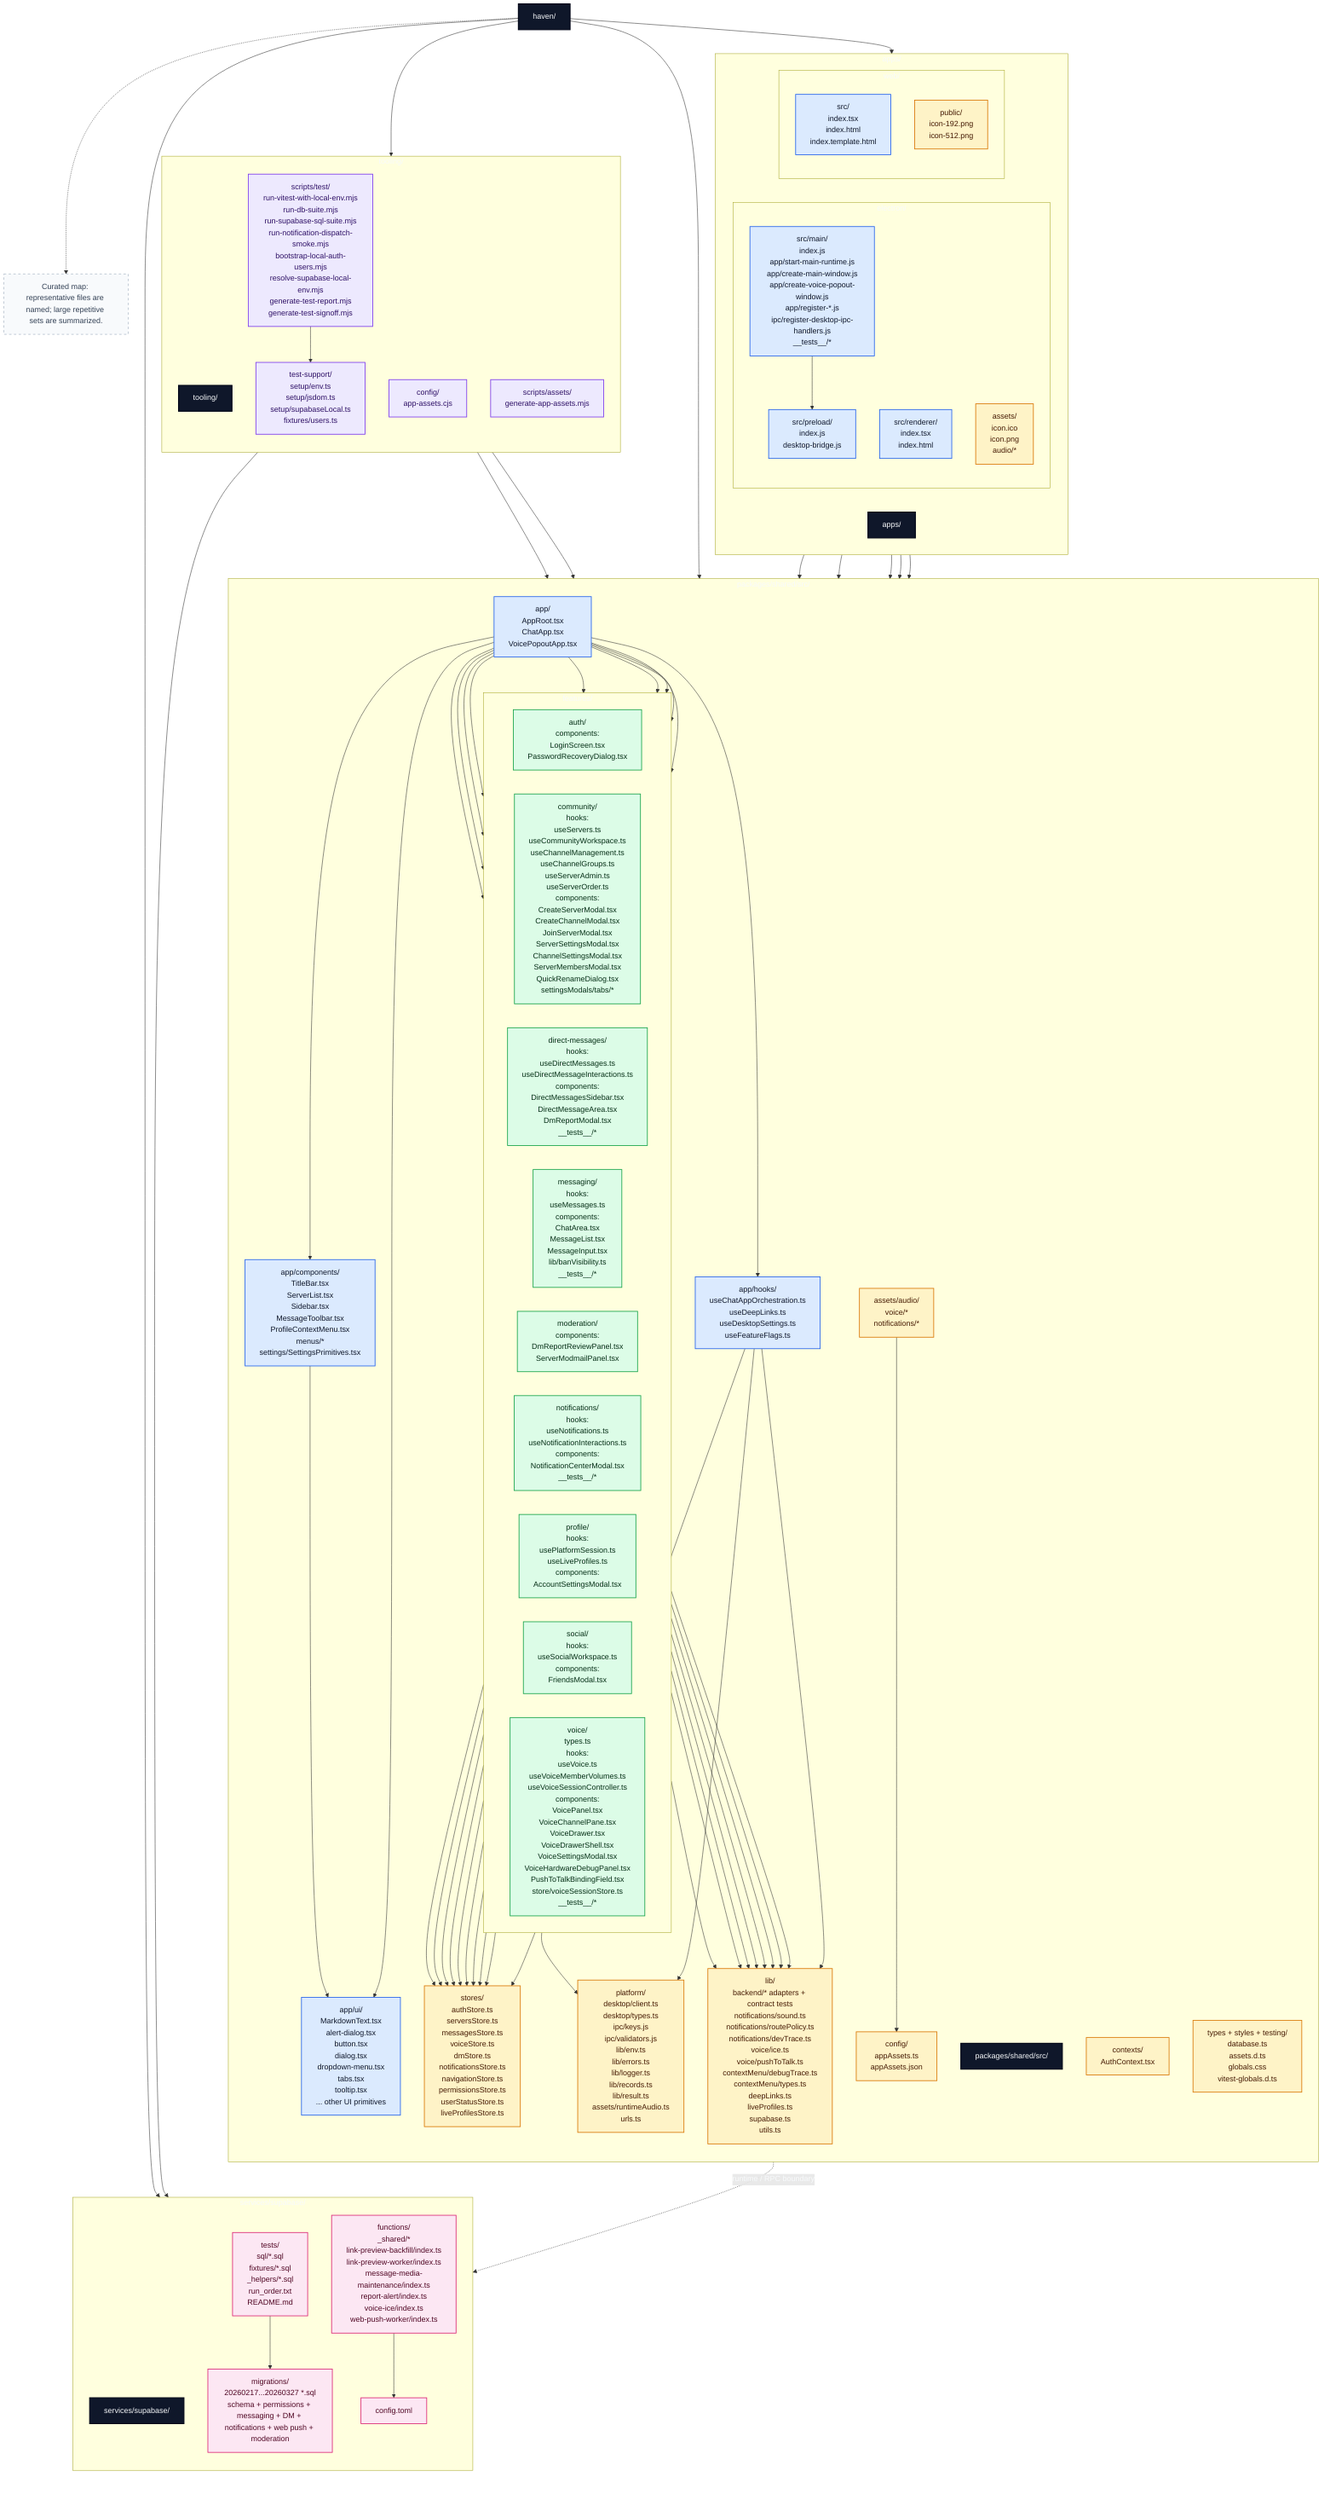
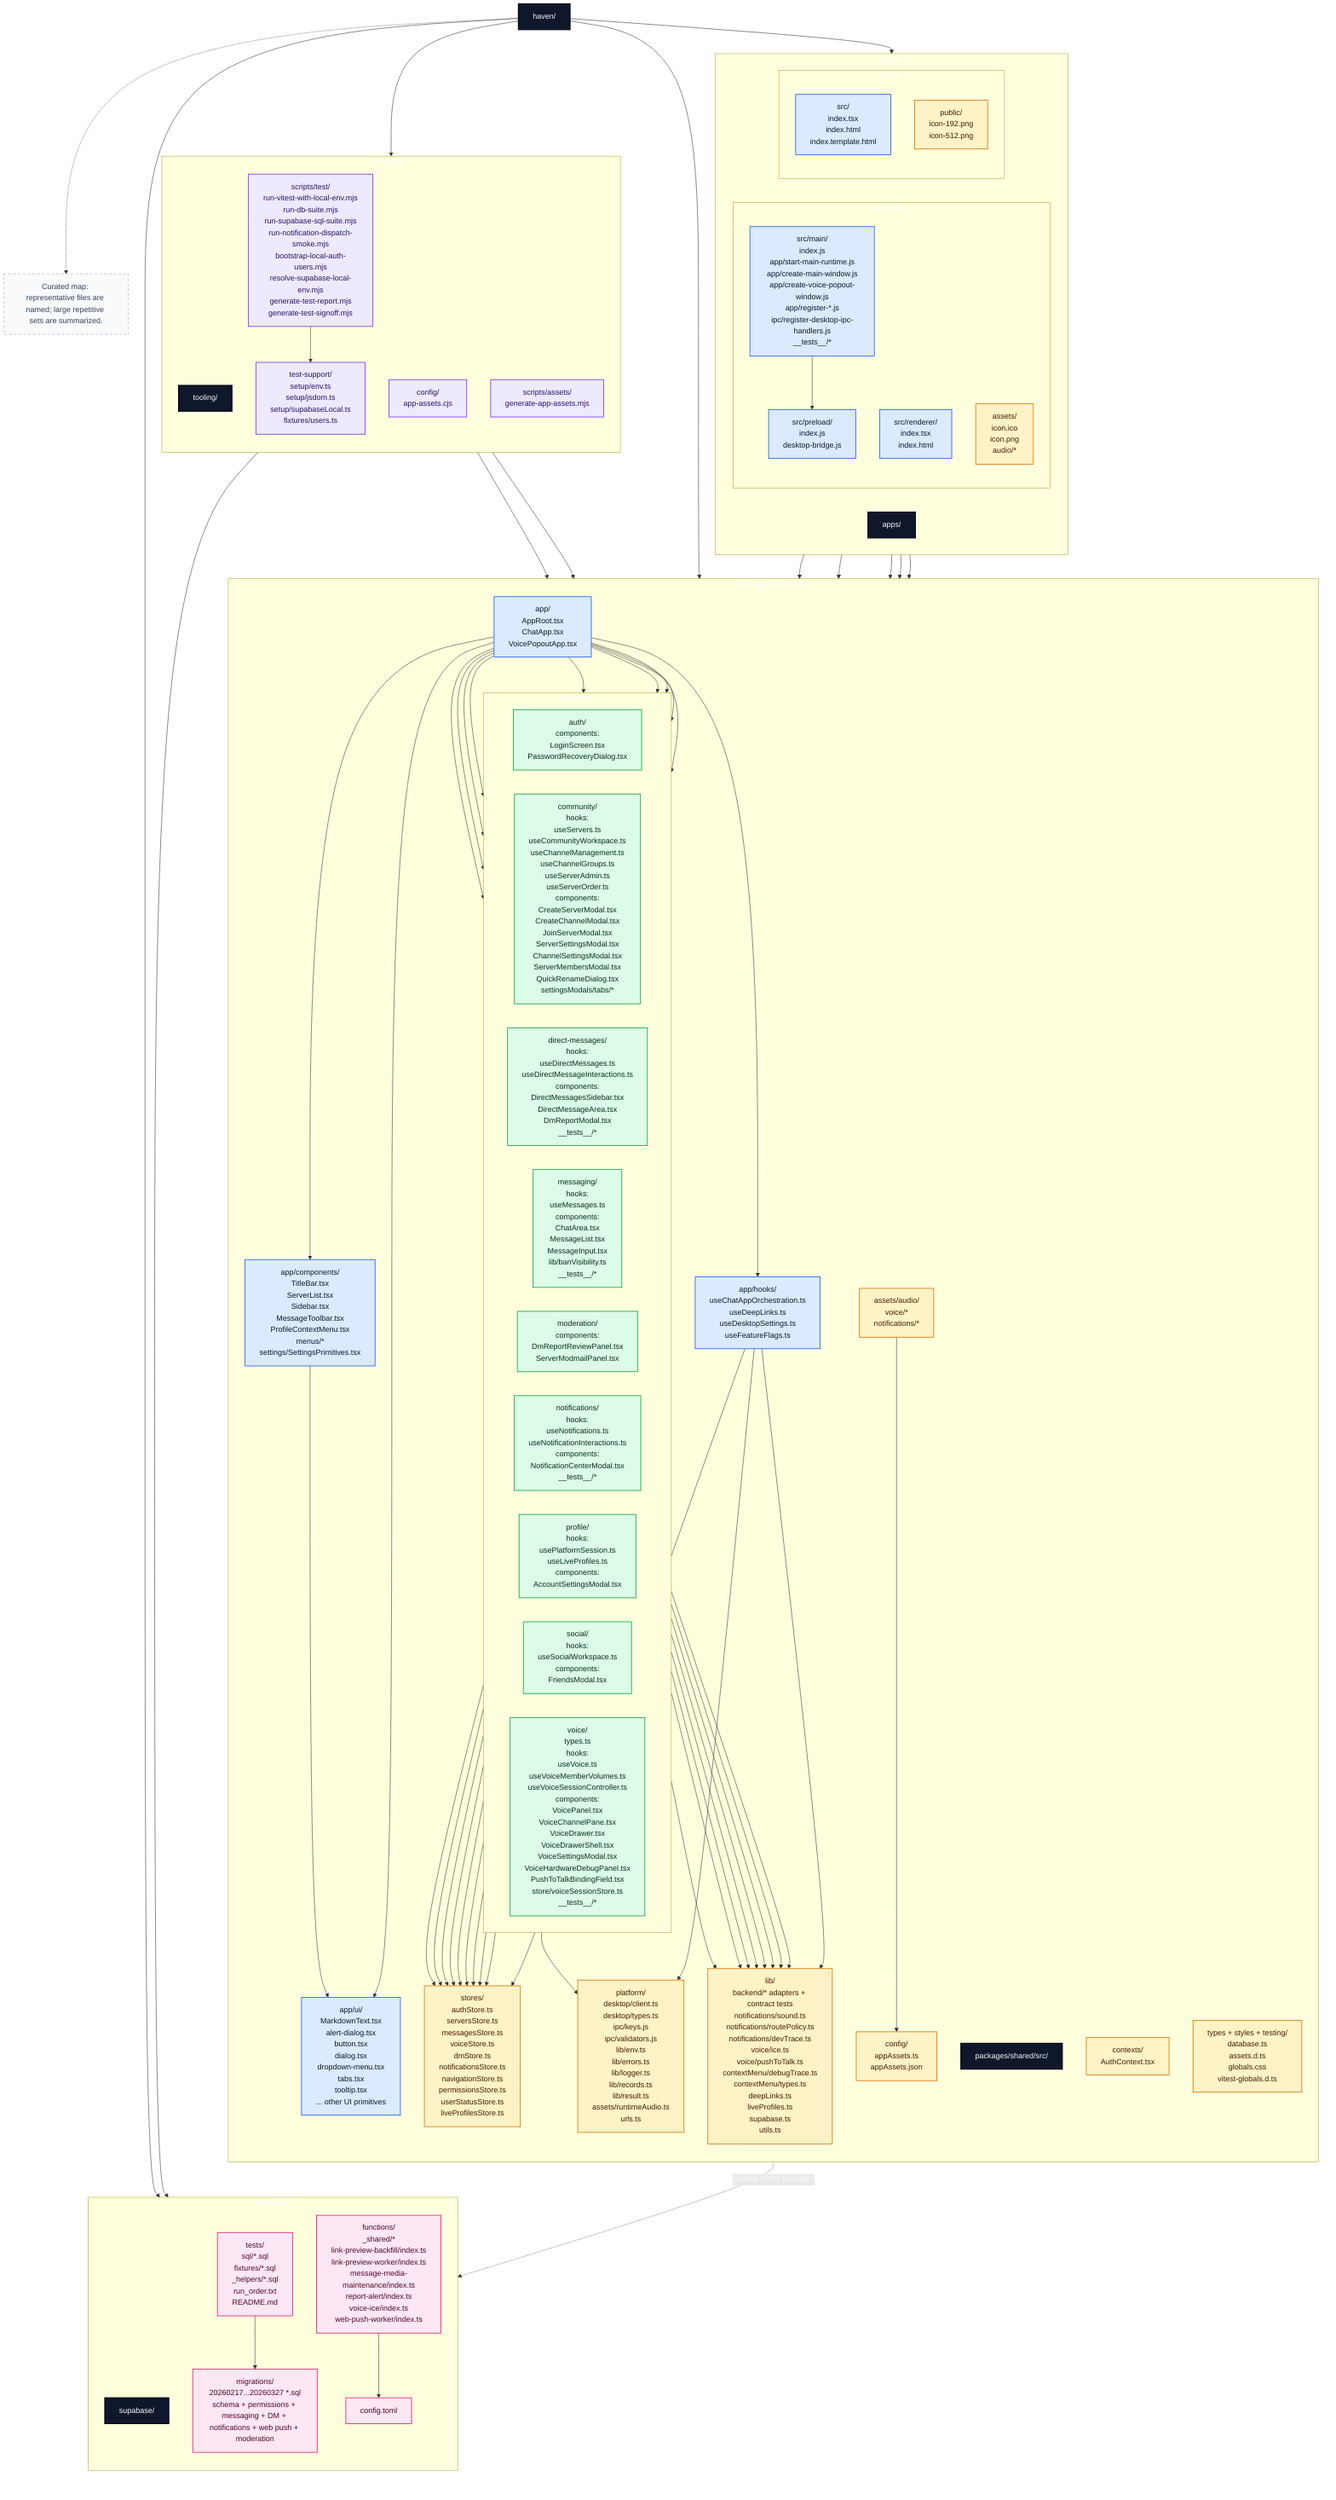
%% Paste into https://mermaid.live
%% Curated architecture map for the repo as it stands now.
%% Representative files are listed for readability; very repetitive leaves are grouped.

flowchart TB
  classDef root fill:#0f172a,stroke:#020617,color:#f8fafc,stroke-width:2px;
  classDef app fill:#dbeafe,stroke:#2563eb,color:#0f172a,stroke-width:1.5px;
  classDef feature fill:#dcfce7,stroke:#16a34a,color:#052e16,stroke-width:1.5px;
  classDef infra fill:#fef3c7,stroke:#d97706,color:#451a03,stroke-width:1.5px;
  classDef service fill:#fce7f3,stroke:#db2777,color:#500724,stroke-width:1.5px;
  classDef tool fill:#ede9fe,stroke:#7c3aed,color:#2e1065,stroke-width:1.5px;
  classDef note fill:#f8fafc,stroke:#94a3b8,color:#334155,stroke-dasharray: 5 5;

  repo["haven/"]:::root
  legend["Curated map: representative files are named; large repetitive sets are summarized."]:::note

  subgraph apps["apps/"]
    direction LR
    apps_root["apps/"]:::root
    subgraph electron["electron/"]
      direction TB
      electron_main["src/main/<br/>index.js<br/>app/start-main-runtime.js<br/>app/create-main-window.js<br/>app/create-voice-popout-window.js<br/>app/register-*.js<br/>ipc/register-desktop-ipc-handlers.js<br/>__tests__/*"]:::app
      electron_preload["src/preload/<br/>index.js<br/>desktop-bridge.js"]:::app
      electron_renderer["src/renderer/<br/>index.tsx<br/>index.html"]:::app
      electron_assets["assets/<br/>icon.ico<br/>icon.png<br/>audio/*"]:::infra
    end
    subgraph web["web/"]
      direction TB
      web_src["src/<br/>index.tsx<br/>index.html<br/>index.template.html"]:::app
      web_public["public/<br/>icon-192.png<br/>icon-512.png"]:::infra
    end
  end

  subgraph shared["packages/shared/src/"]
    direction TB
    shared_root["packages/shared/src/"]:::root
    shared_app_entry["app/<br/>AppRoot.tsx<br/>ChatApp.tsx<br/>VoicePopoutApp.tsx"]:::app
    shared_app_hooks["app/hooks/<br/>useChatAppOrchestration.ts<br/>useDeepLinks.ts<br/>useDesktopSettings.ts<br/>useFeatureFlags.ts"]:::app
    shared_app_shell["app/components/<br/>TitleBar.tsx<br/>ServerList.tsx<br/>Sidebar.tsx<br/>MessageToolbar.tsx<br/>ProfileContextMenu.tsx<br/>menus/*<br/>settings/SettingsPrimitives.tsx"]:::app
    shared_app_ui["app/ui/<br/>MarkdownText.tsx<br/>alert-dialog.tsx<br/>button.tsx<br/>dialog.tsx<br/>dropdown-menu.tsx<br/>tabs.tsx<br/>tooltip.tsx<br/>... other UI primitives"]:::app

    subgraph features["features/"]
      direction LR
      feature_auth["auth/<br/>components:<br/>LoginScreen.tsx<br/>PasswordRecoveryDialog.tsx"]:::feature
      feature_community["community/<br/>hooks:<br/>useServers.ts<br/>useCommunityWorkspace.ts<br/>useChannelManagement.ts<br/>useChannelGroups.ts<br/>useServerAdmin.ts<br/>useServerOrder.ts<br/>components:<br/>CreateServerModal.tsx<br/>CreateChannelModal.tsx<br/>JoinServerModal.tsx<br/>ServerSettingsModal.tsx<br/>ChannelSettingsModal.tsx<br/>ServerMembersModal.tsx<br/>QuickRenameDialog.tsx<br/>settingsModals/tabs/*"]:::feature
      feature_dm["direct-messages/<br/>hooks:<br/>useDirectMessages.ts<br/>useDirectMessageInteractions.ts<br/>components:<br/>DirectMessagesSidebar.tsx<br/>DirectMessageArea.tsx<br/>DmReportModal.tsx<br/>__tests__/*"]:::feature
      feature_messaging["messaging/<br/>hooks:<br/>useMessages.ts<br/>components:<br/>ChatArea.tsx<br/>MessageList.tsx<br/>MessageInput.tsx<br/>lib/banVisibility.ts<br/>__tests__/*"]:::feature
      feature_moderation["moderation/<br/>components:<br/>DmReportReviewPanel.tsx<br/>ServerModmailPanel.tsx"]:::feature
      feature_notifications["notifications/<br/>hooks:<br/>useNotifications.ts<br/>useNotificationInteractions.ts<br/>components:<br/>NotificationCenterModal.tsx<br/>__tests__/*"]:::feature
      feature_profile["profile/<br/>hooks:<br/>usePlatformSession.ts<br/>useLiveProfiles.ts<br/>components:<br/>AccountSettingsModal.tsx"]:::feature
      feature_social["social/<br/>hooks:<br/>useSocialWorkspace.ts<br/>components:<br/>FriendsModal.tsx"]:::feature
      feature_voice["voice/<br/>types.ts<br/>hooks:<br/>useVoice.ts<br/>useVoiceMemberVolumes.ts<br/>useVoiceSessionController.ts<br/>components:<br/>VoicePanel.tsx<br/>VoiceChannelPane.tsx<br/>VoiceDrawer.tsx<br/>VoiceDrawerShell.tsx<br/>VoiceSettingsModal.tsx<br/>VoiceHardwareDebugPanel.tsx<br/>PushToTalkBindingField.tsx<br/>store/voiceSessionStore.ts<br/>__tests__/*"]:::feature
    end

    shared_stores["stores/<br/>authStore.ts<br/>serversStore.ts<br/>messagesStore.ts<br/>voiceStore.ts<br/>dmStore.ts<br/>notificationsStore.ts<br/>navigationStore.ts<br/>permissionsStore.ts<br/>userStatusStore.ts<br/>liveProfilesStore.ts"]:::infra
    shared_platform["platform/<br/>desktop/client.ts<br/>desktop/types.ts<br/>ipc/keys.js<br/>ipc/validators.js<br/>lib/env.ts<br/>lib/errors.ts<br/>lib/logger.ts<br/>lib/records.ts<br/>lib/result.ts<br/>assets/runtimeAudio.ts<br/>urls.ts"]:::infra
    shared_lib["lib/<br/>backend/* adapters + contract tests<br/>notifications/sound.ts<br/>notifications/routePolicy.ts<br/>notifications/devTrace.ts<br/>voice/ice.ts<br/>voice/pushToTalk.ts<br/>contextMenu/debugTrace.ts<br/>contextMenu/types.ts<br/>deepLinks.ts<br/>liveProfiles.ts<br/>supabase.ts<br/>utils.ts"]:::infra
    shared_contexts["contexts/<br/>AuthContext.tsx"]:::infra
    shared_config["config/<br/>appAssets.ts<br/>appAssets.json"]:::infra
    shared_assets["assets/audio/<br/>voice/*<br/>notifications/*"]:::infra
    shared_types["types + styles + testing/<br/>database.ts<br/>assets.d.ts<br/>globals.css<br/>vitest-globals.d.ts"]:::infra
  end

  subgraph tooling["tooling/"]
    direction TB
    tooling_root["tooling/"]:::root
    tooling_config["config/<br/>app-assets.cjs"]:::tool
    tooling_assets["scripts/assets/<br/>generate-app-assets.mjs"]:::tool
    tooling_tests["scripts/test/<br/>run-vitest-with-local-env.mjs<br/>run-db-suite.mjs<br/>run-supabase-sql-suite.mjs<br/>run-notification-dispatch-smoke.mjs<br/>bootstrap-local-auth-users.mjs<br/>resolve-supabase-local-env.mjs<br/>generate-test-report.mjs<br/>generate-test-signoff.mjs"]:::tool
    tooling_support["test-support/<br/>setup/env.ts<br/>setup/jsdom.ts<br/>setup/supabaseLocal.ts<br/>fixtures/users.ts"]:::tool
  end

-   subgraph services["services/supabase/"]
+   subgraph services["supabase/"]
    direction TB
-     services_root["services/supabase/"]:::root
+     services_root["supabase/"]:::root
    supabase_functions["functions/<br/>_shared/*<br/>link-preview-backfill/index.ts<br/>link-preview-worker/index.ts<br/>message-media-maintenance/index.ts<br/>report-alert/index.ts<br/>voice-ice/index.ts<br/>web-push-worker/index.ts"]:::service
    supabase_migrations["migrations/<br/>20260217...20260327 *.sql<br/>schema + permissions + messaging + DM + notifications + web push + moderation"]:::service
    supabase_tests["tests/<br/>sql/*.sql<br/>fixtures/*.sql<br/>_helpers/*.sql<br/>run_order.txt<br/>README.md"]:::service
    supabase_config["config.toml"]:::service
  end

  repo --> apps_root
  repo --> shared_root
  repo --> tooling_root
  repo --> services_root
  repo -.-> legend

  web_src --> shared_app_entry
  electron_renderer --> shared_app_entry
  electron_preload --> shared_platform
  electron_main --> electron_preload
  electron_main --> shared_platform
  electron_main --> shared_config

  shared_app_entry --> shared_app_hooks
  shared_app_entry --> shared_app_shell
  shared_app_entry --> shared_app_ui

  shared_app_entry --> feature_auth
  shared_app_entry --> feature_community
  shared_app_entry --> feature_dm
  shared_app_entry --> feature_messaging
  shared_app_entry --> feature_moderation
  shared_app_entry --> feature_notifications
  shared_app_entry --> feature_profile
  shared_app_entry --> feature_social
  shared_app_entry --> feature_voice

  shared_app_hooks --> shared_stores
  shared_app_hooks --> shared_platform
  shared_app_hooks --> shared_lib
  shared_app_shell --> shared_app_ui

  feature_auth --> shared_stores
  feature_community --> shared_stores
  feature_community --> shared_lib
  feature_dm --> shared_stores
  feature_dm --> shared_lib
  feature_messaging --> shared_stores
  feature_messaging --> shared_lib
  feature_moderation --> shared_stores
  feature_moderation --> shared_lib
  feature_notifications --> shared_stores
  feature_notifications --> shared_lib
  feature_profile --> shared_stores
  feature_profile --> shared_lib
  feature_social --> shared_stores
  feature_social --> shared_lib
  feature_voice --> shared_stores
  feature_voice --> shared_platform
  feature_voice --> shared_lib

  tooling_config --> shared_config
  tooling_assets --> shared_config
  tooling_tests --> tooling_support
  tooling_tests --> supabase_tests

  supabase_tests --> supabase_migrations
  supabase_functions --> supabase_config
  shared_lib -. runtime / RPC boundary .-> supabase_functions
  shared_assets --> shared_config
